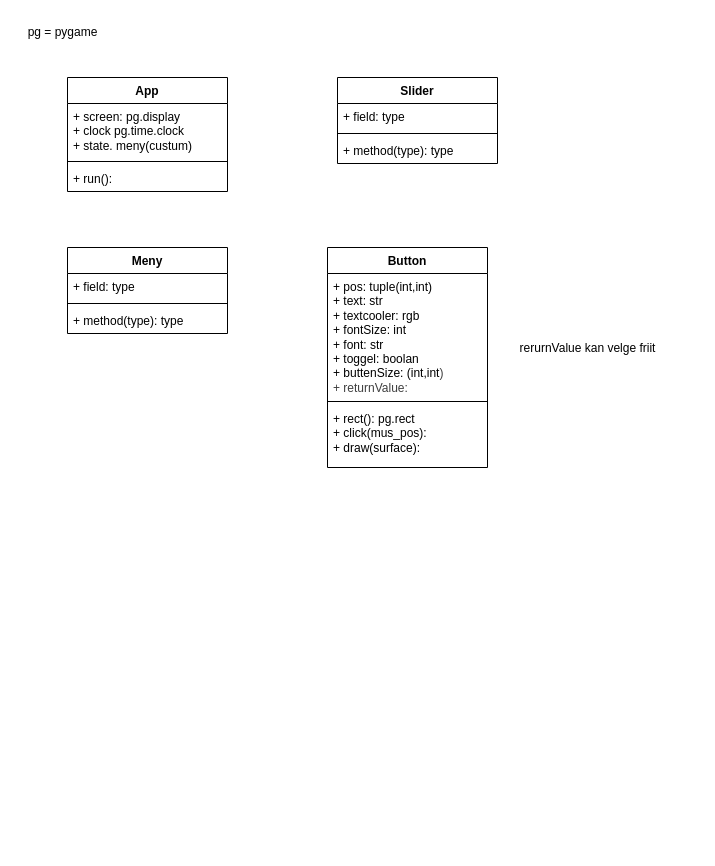
This is docs/ulmDiagram.drawio from Blu07/Databehandling, a draw.io file, before an edit. Source tidied: cells renumbered, new cells numbered last; positions are measured from the earlier drawing's top-left corner, leaving out a move shared by most shapes. Both pictures are drawn from the tidied source at 100%, with x=0, y=0 at pixel (17, 17).
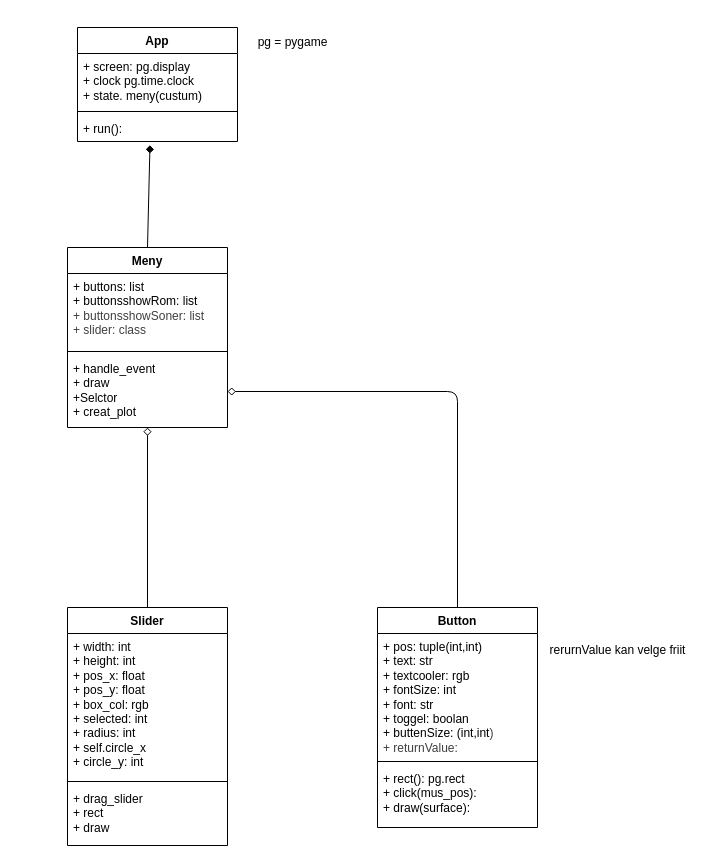
The same page after the edit.

Unchanged cells that the change refers to:
```xml
<mxCell id="5" value="+ run():&amp;nbsp;" style="text;strokeColor=none;fillColor=none;align=left;verticalAlign=top;spacingLeft=4;spacingRight=4;overflow=hidden;points=[[0,0.5],[1,0.5]];portConstraint=eastwest;whiteSpace=wrap;html=1;" parent="2" vertex="1">
  <mxGeometry y="88" width="160" height="26" as="geometry" />
</mxCell>
```

Change to the diagram source:
```diff
@@
     <mxCell id="2" value="App" style="swimlane;fontStyle=1;align=center;verticalAlign=top;horizontal=1;startSize=26;whiteSpace=wrap;html=1;" parent="1" vertex="1">
-      <mxGeometry x="50" y="60" width="160" height="114" as="geometry" />
+      <mxGeometry x="60" y="10" width="160" height="114" as="geometry" />
     </mxCell>
@@
+    <mxCell id="20" style="edgeStyle=none;html=1;exitX=0.5;exitY=0;exitDx=0;exitDy=0;endArrow=diamond;endFill=0;" parent="1" edge="1" source="6" target="13">
+      <mxGeometry relative="1" as="geometry" />
+    </mxCell>
     <mxCell id="6" value="Slider" style="swimlane;fontStyle=1;align=center;verticalAlign=top;horizontal=1;startSize=26;whiteSpace=wrap;html=1;" parent="1" vertex="1">
-      <mxGeometry x="320" y="60" width="160" height="86" as="geometry" />
+      <mxGeometry x="50" y="590" width="160" height="238" as="geometry" />
     </mxCell>
-    <mxCell id="7" value="+ field: type" style="text;strokeColor=none;fillColor=none;align=left;verticalAlign=top;spacingLeft=4;spacingRight=4;overflow=hidden;whiteSpace=wrap;html=1;" parent="6" vertex="1">
-      <mxGeometry y="26" width="160" height="26" as="geometry" />
+    <mxCell id="7" value="+ width: int&lt;div&gt;+ height: int&lt;/div&gt;&lt;div&gt;+ pos_x: float&lt;/div&gt;&lt;div&gt;+ pos_y: float&lt;/div&gt;&lt;div&gt;+ box_col: rgb&lt;/div&gt;&lt;div&gt;+ selected: int&lt;/div&gt;&lt;div&gt;+ radius: int&lt;/div&gt;&lt;div&gt;+ self.circle_x&lt;/div&gt;&lt;div&gt;+ circle_y: int&lt;/div&gt;" style="text;strokeColor=none;fillColor=none;align=left;verticalAlign=top;spacingLeft=4;spacingRight=4;overflow=hidden;whiteSpace=wrap;html=1;" parent="6" vertex="1">
+      <mxGeometry y="26" width="160" height="144" as="geometry" />
     </mxCell>
     <mxCell id="8" style="line;strokeWidth=1;fillColor=none;align=left;verticalAlign=middle;spacingTop=-1;spacingLeft=3;spacingRight=3;labelPosition=right;strokeColor=inherit;" parent="6" vertex="1">
-      <mxGeometry y="52" width="160" height="8" as="geometry" />
+      <mxGeometry y="170" width="160" height="8" as="geometry" />
     </mxCell>
-    <mxCell id="9" value="+ method(type): type" style="text;strokeColor=none;fillColor=none;align=left;verticalAlign=top;spacingLeft=4;spacingRight=4;overflow=hidden;whiteSpace=wrap;html=1;" parent="6" vertex="1">
-      <mxGeometry y="60" width="160" height="26" as="geometry" />
+    <mxCell id="9" value="+ drag_slider&lt;div&gt;+ rect&lt;/div&gt;&lt;div&gt;+ draw&lt;/div&gt;" style="text;strokeColor=none;fillColor=none;align=left;verticalAlign=top;spacingLeft=4;spacingRight=4;overflow=hidden;whiteSpace=wrap;html=1;" parent="6" vertex="1">
+      <mxGeometry y="178" width="160" height="60" as="geometry" />
     </mxCell>
     <mxCell id="10" value="Meny" style="swimlane;fontStyle=1;align=center;verticalAlign=top;horizontal=1;startSize=26;whiteSpace=wrap;html=1;" parent="1" vertex="1">
-      <mxGeometry x="50" y="230" width="160" height="86" as="geometry" />
+      <mxGeometry x="50" y="230" width="160" height="180" as="geometry" />
     </mxCell>
-    <mxCell id="11" value="+ field: type" style="text;strokeColor=none;fillColor=none;align=left;verticalAlign=top;spacingLeft=4;spacingRight=4;overflow=hidden;whiteSpace=wrap;html=1;" parent="10" vertex="1">
-      <mxGeometry y="26" width="160" height="26" as="geometry" />
+    <mxCell id="11" value="+ buttons: list&lt;div&gt;+ buttonsshowRom: list&lt;/div&gt;&lt;div&gt;&lt;span style=&quot;color: rgb(63, 63, 63);&quot;&gt;+ buttonsshowSoner: list&lt;/span&gt;&lt;/div&gt;&lt;div&gt;&lt;span style=&quot;color: rgb(63, 63, 63);&quot;&gt;+ slider: class&lt;/span&gt;&lt;/div&gt;" style="text;strokeColor=none;fillColor=none;align=left;verticalAlign=top;spacingLeft=4;spacingRight=4;overflow=hidden;whiteSpace=wrap;html=1;" parent="10" vertex="1">
+      <mxGeometry y="26" width="160" height="74" as="geometry" />
     </mxCell>
     <mxCell id="12" style="line;strokeWidth=1;fillColor=none;align=left;verticalAlign=middle;spacingTop=-1;spacingLeft=3;spacingRight=3;labelPosition=right;strokeColor=inherit;" parent="10" vertex="1">
-      <mxGeometry y="52" width="160" height="8" as="geometry" />
+      <mxGeometry y="100" width="160" height="8" as="geometry" />
     </mxCell>
-    <mxCell id="13" value="+ method(type): type" style="text;strokeColor=none;fillColor=none;align=left;verticalAlign=top;spacingLeft=4;spacingRight=4;overflow=hidden;points=[[0,0.5],[1,0.5]];portConstraint=eastwest;whiteSpace=wrap;html=1;" parent="10" vertex="1">
-      <mxGeometry y="60" width="160" height="26" as="geometry" />
+    <mxCell id="13" value="+ handle_event&lt;div&gt;+ draw&lt;/div&gt;&lt;div&gt;+Selctor&lt;/div&gt;&lt;div&gt;+ creat_plot&lt;/div&gt;" style="text;strokeColor=none;fillColor=none;align=left;verticalAlign=top;spacingLeft=4;spacingRight=4;overflow=hidden;points=[[0,0.5],[1,0.5]];portConstraint=eastwest;whiteSpace=wrap;html=1;" parent="10" vertex="1">
+      <mxGeometry y="108" width="160" height="72" as="geometry" />
     </mxCell>
+    <mxCell id="21" style="edgeStyle=orthogonalEdgeStyle;html=1;exitX=0.5;exitY=0;exitDx=0;exitDy=0;entryX=1;entryY=0.5;entryDx=0;entryDy=0;endArrow=diamond;endFill=0;" parent="1" edge="1" source="14" target="13">
+      <mxGeometry relative="1" as="geometry" />
+    </mxCell>
     <mxCell id="14" value="Button" style="swimlane;fontStyle=1;align=center;verticalAlign=top;horizontal=1;startSize=26;whiteSpace=wrap;html=1;" parent="1" vertex="1">
-      <mxGeometry x="310" y="230" width="160" height="220" as="geometry" />
+      <mxGeometry x="360" y="590" width="160" height="220" as="geometry" />
     </mxCell>
@@
     <mxCell id="18" value="pg = pygame" style="text;html=1;align=center;verticalAlign=middle;strokeColor=none;fillColor=none;" parent="1" vertex="1">
-      <mxGeometry width="90" height="30" as="geometry" />
+      <mxGeometry x="230" y="10" width="90" height="30" as="geometry" />
     </mxCell>
     <mxCell id="19" value="rerurnValue kan velge friit" style="text;html=1;align=center;verticalAlign=middle;strokeColor=none;fillColor=none;" parent="1" vertex="1">
-      <mxGeometry x="490" y="316" width="160" height="30" as="geometry" />
+      <mxGeometry x="520" y="618" width="160" height="30" as="geometry" />
     </mxCell>
+    <mxCell id="22" style="edgeStyle=none;html=1;exitX=0.5;exitY=0;exitDx=0;exitDy=0;entryX=0.453;entryY=1.141;entryDx=0;entryDy=0;entryPerimeter=0;startArrow=none;startFill=0;endArrow=diamond;endFill=1;" parent="1" edge="1" source="10" target="5">
+      <mxGeometry relative="1" as="geometry" />
+    </mxCell>
```
